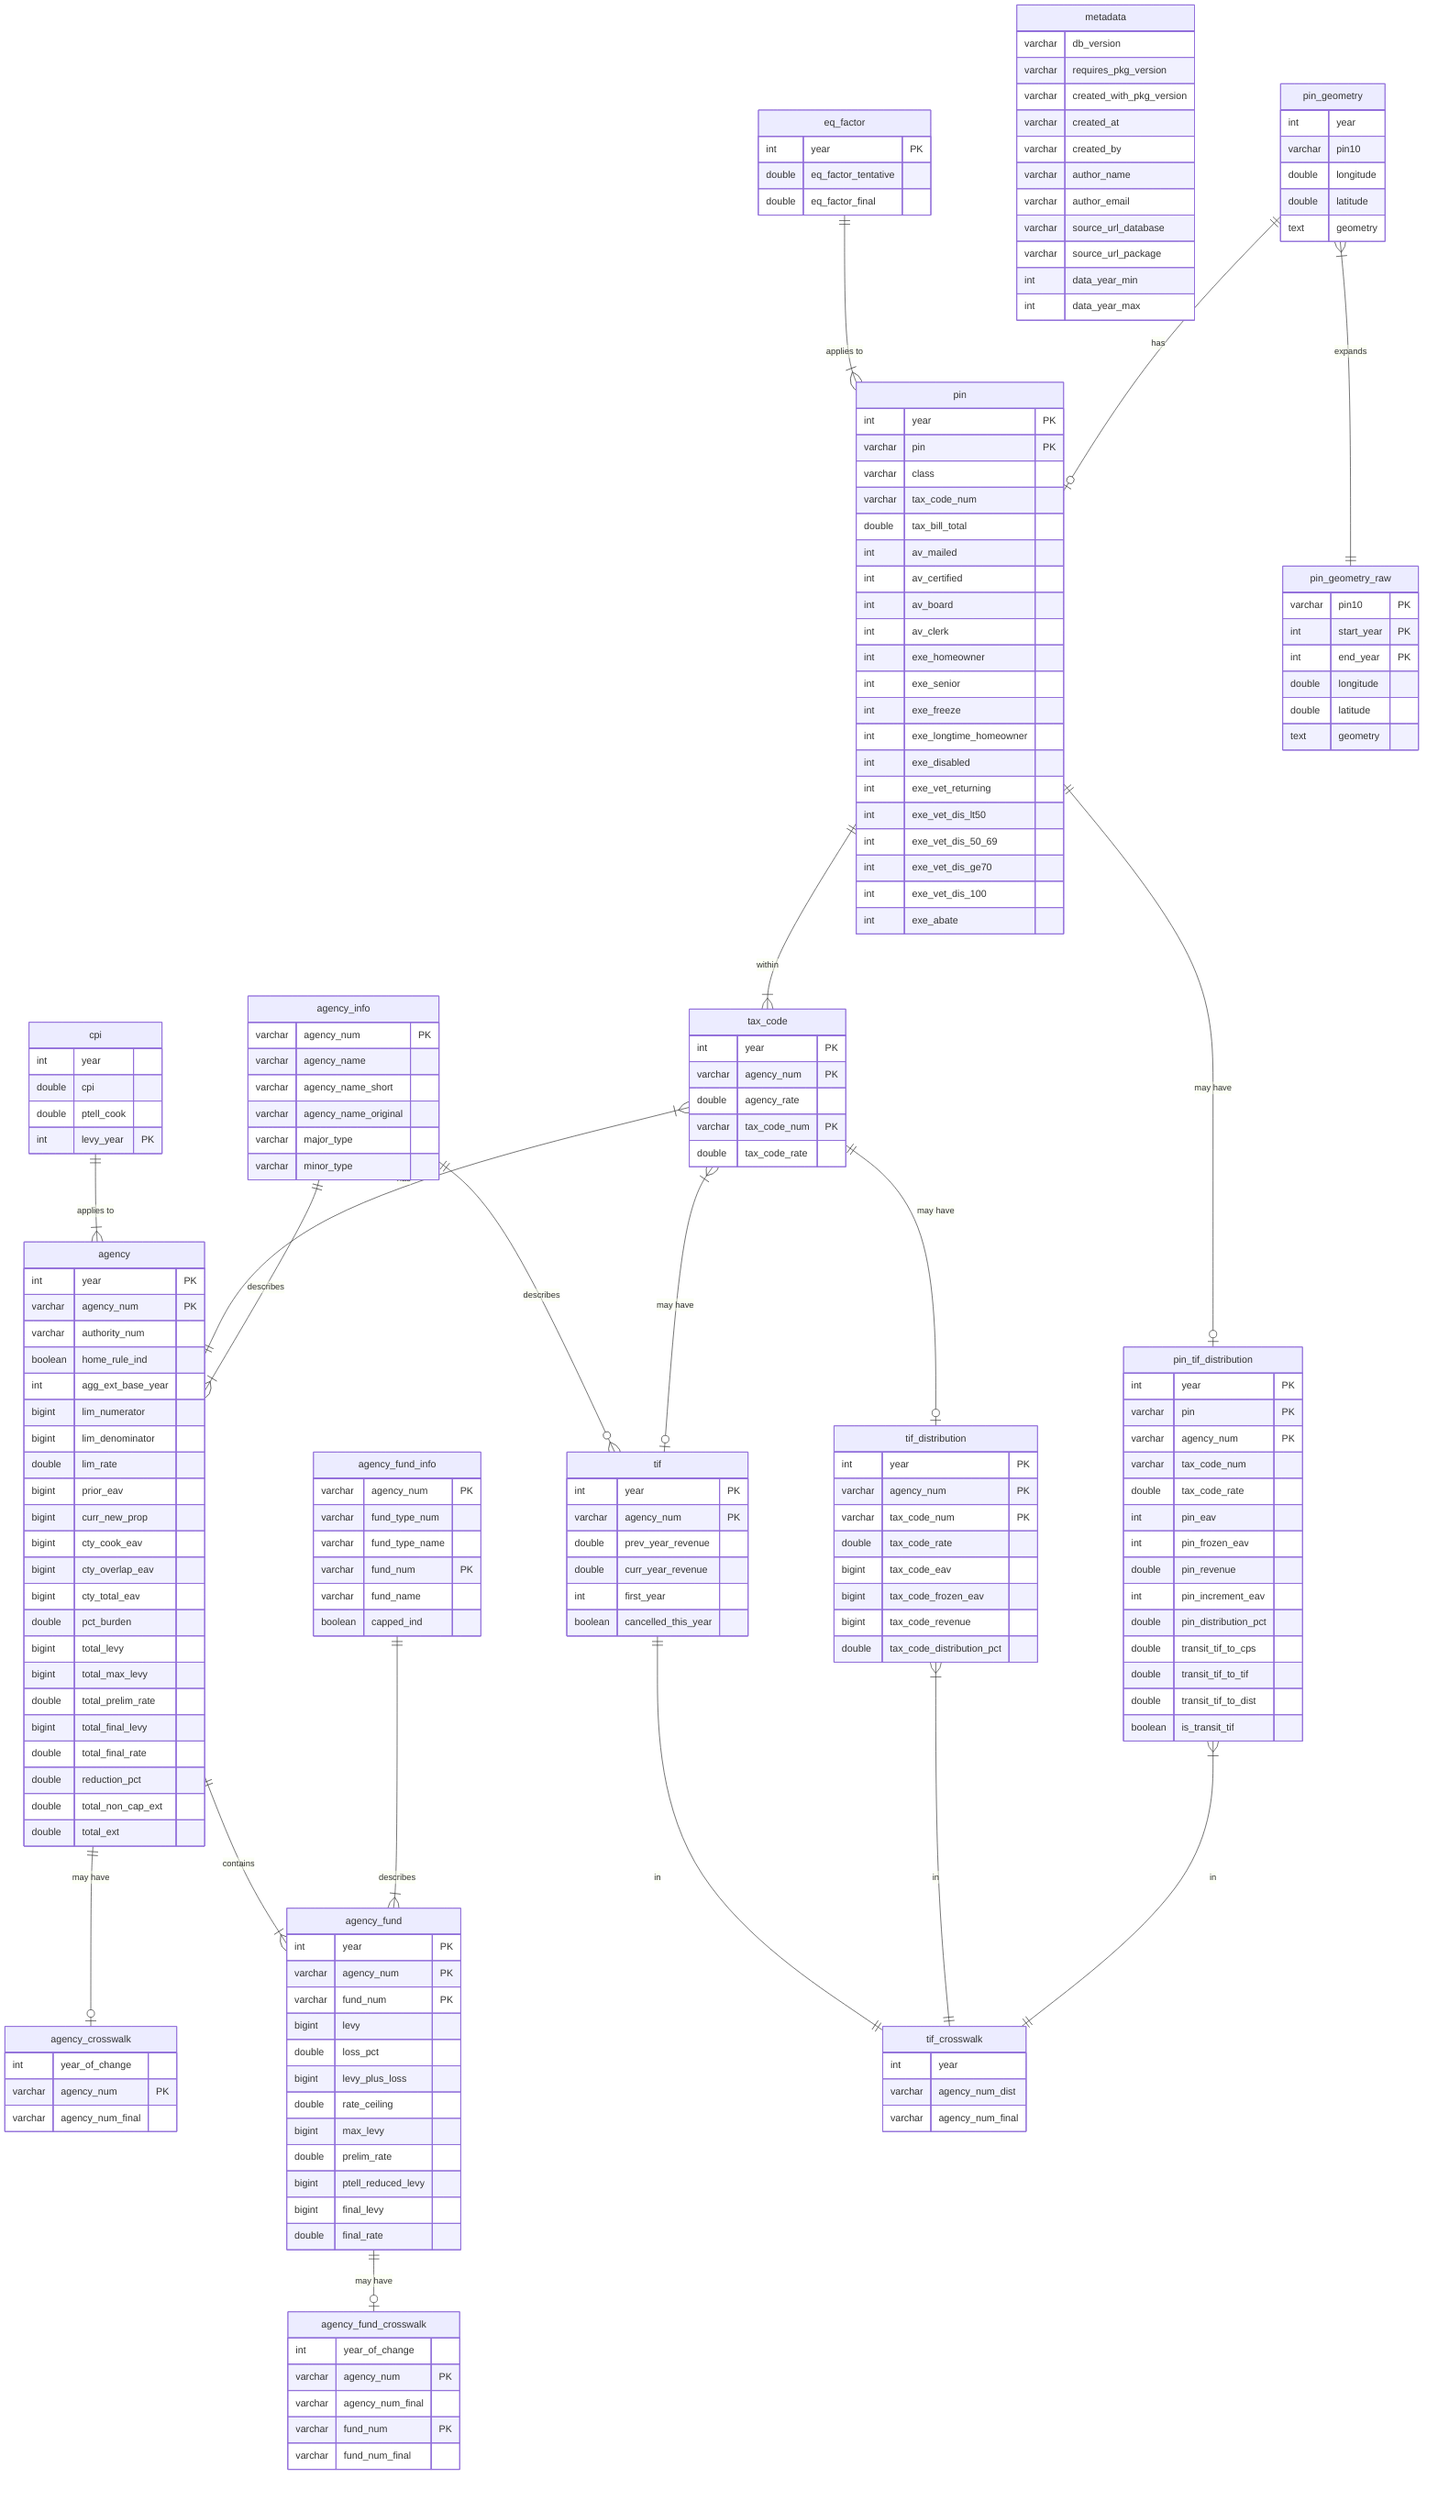
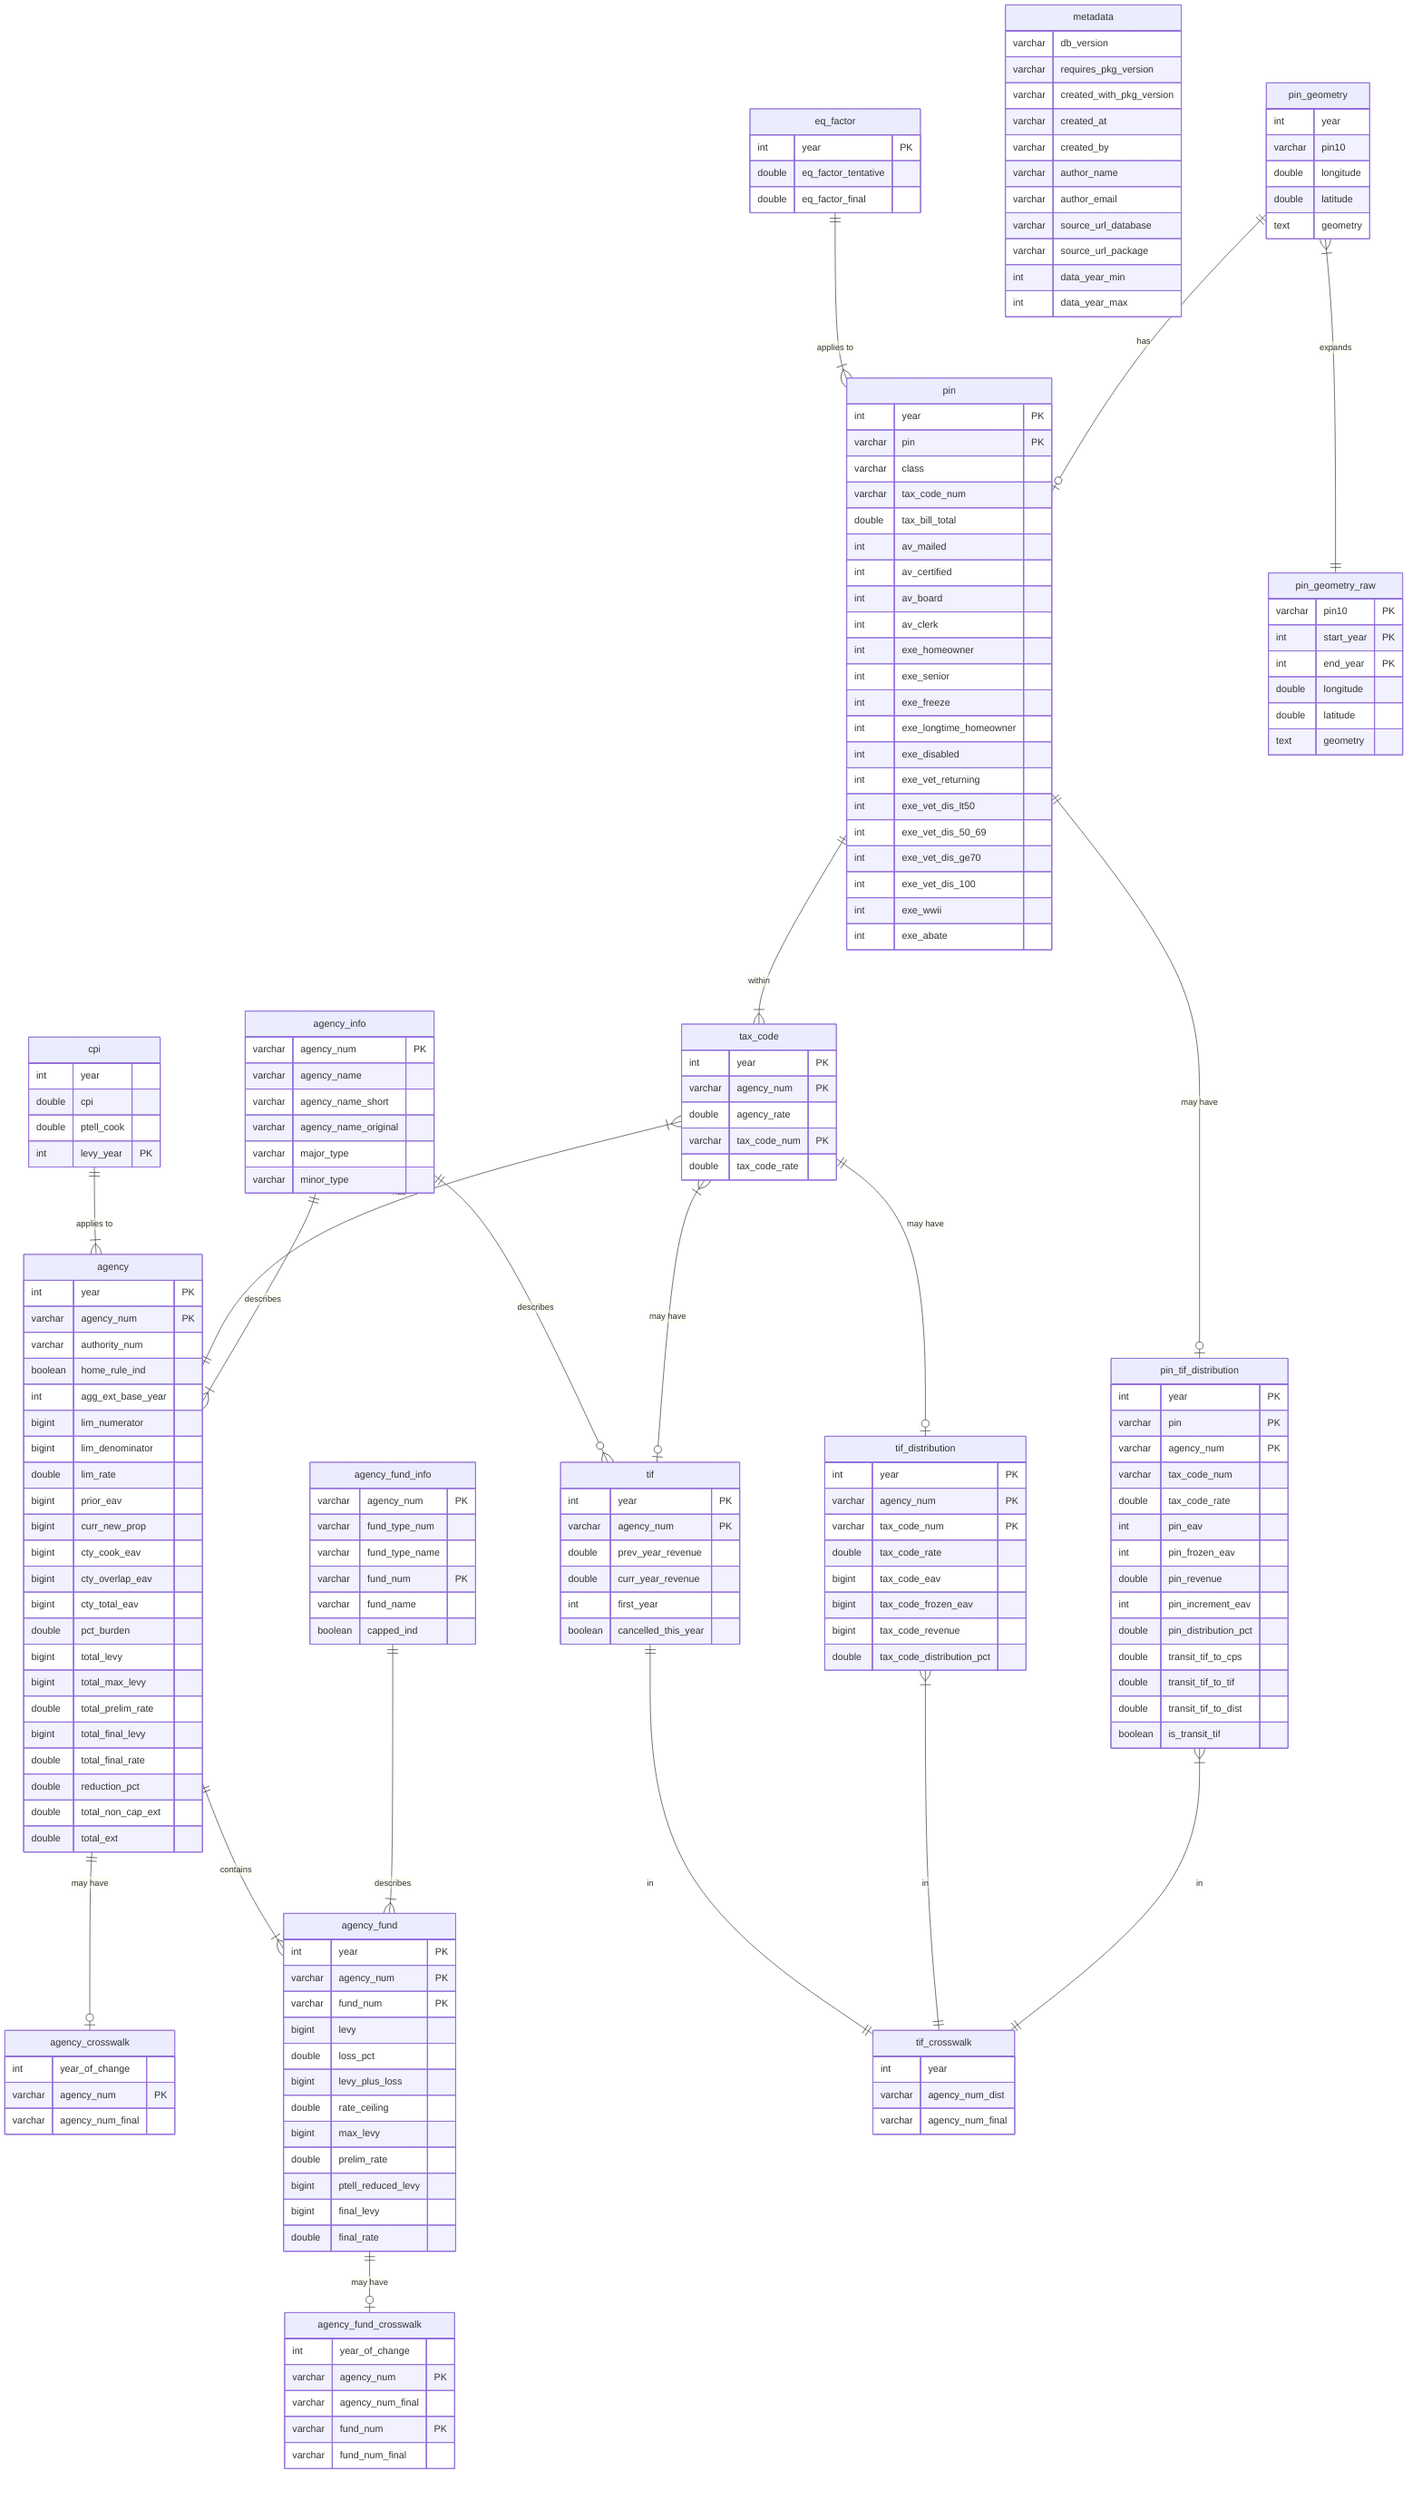
erDiagram

  agency {
    int     year              PK
    varchar agency_num        PK
    varchar authority_num
    boolean home_rule_ind
    int     agg_ext_base_year
    bigint  lim_numerator
    bigint  lim_denominator
    double  lim_rate
    bigint  prior_eav
    bigint  curr_new_prop
    bigint  cty_cook_eav
    bigint  cty_overlap_eav
    bigint  cty_total_eav
    double  pct_burden
    bigint  total_levy
    bigint  total_max_levy
    double  total_prelim_rate
    bigint  total_final_levy
    double  total_final_rate
    double  reduction_pct
    double  total_non_cap_ext
    double  total_ext
  }

  agency_info {
    varchar agency_num         PK
    varchar agency_name
    varchar agency_name_short
    varchar agency_name_original
    varchar major_type
    varchar minor_type
  }

  agency_crosswalk {
    int     year_of_change
    varchar agency_num         PK
    varchar agency_num_final
  }

  agency_fund {
    int     year               PK
    varchar agency_num         PK
    varchar fund_num           PK
    bigint  levy
    double  loss_pct
    bigint  levy_plus_loss
    double  rate_ceiling
    bigint  max_levy
    double  prelim_rate
    bigint  ptell_reduced_levy
    bigint  final_levy
    double  final_rate
  }

  agency_fund_info {
    varchar agency_num         PK
    varchar fund_type_num
    varchar fund_type_name
    varchar fund_num           PK
    varchar fund_name
    boolean capped_ind
  }

  agency_fund_crosswalk {
    int     year_of_change
    varchar agency_num         PK
    varchar agency_num_final
    varchar fund_num           PK
    varchar fund_num_final
  }

  cpi {
    int     year
    double  cpi
    double  ptell_cook
    int     levy_year          PK
  }

  eq_factor {
    int     year               PK
    double  eq_factor_tentative
    double  eq_factor_final
  }

  metadata {
    varchar db_version
    varchar requires_pkg_version
    varchar created_with_pkg_version
    varchar created_at
    varchar created_by
    varchar author_name
    varchar author_email
    varchar source_url_database
    varchar source_url_package
    int     data_year_min
    int     data_year_max
  }

  pin {
    int     year               PK
    varchar pin                PK
    varchar class
    varchar tax_code_num
    double  tax_bill_total
    int     av_mailed
    int     av_certified
    int     av_board
    int     av_clerk
    int     exe_homeowner
    int     exe_senior
    int     exe_freeze
    int     exe_longtime_homeowner
    int     exe_disabled
    int     exe_vet_returning
    int     exe_vet_dis_lt50
    int     exe_vet_dis_50_69
    int     exe_vet_dis_ge70
    int     exe_vet_dis_100
+     int     exe_wwii
    int     exe_abate
  }

  pin_geometry {
    int     year
    varchar pin10
    double  longitude
    double  latitude
    text    geometry
  }

  pin_geometry_raw {
    varchar pin10              PK
    int     start_year         PK
    int     end_year           PK
    double  longitude
    double  latitude
    text    geometry
  }

  tax_code {
    int     year               PK
    varchar agency_num         PK
    double  agency_rate
    varchar tax_code_num       PK
    double  tax_code_rate
  }

  tif {
    int     year               PK
    varchar agency_num         PK
    double  prev_year_revenue
    double  curr_year_revenue
    int     first_year
    boolean cancelled_this_year
  }

  tif_crosswalk {
    int     year
    varchar agency_num_dist
    varchar agency_num_final
  }

  tif_distribution {
    int     year               PK
    varchar agency_num         PK
    varchar tax_code_num       PK
    double  tax_code_rate
    bigint  tax_code_eav
    bigint  tax_code_frozen_eav
    bigint  tax_code_revenue
    double  tax_code_distribution_pct
  }

  pin_tif_distribution {
    int     year               PK
    varchar pin                PK
    varchar agency_num         PK
    varchar tax_code_num
    double  tax_code_rate
    int     pin_eav
    int     pin_frozen_eav
    double  pin_revenue
    int     pin_increment_eav
    double  pin_distribution_pct
    double  transit_tif_to_cps
    double  transit_tif_to_tif
    double  transit_tif_to_dist
    boolean is_transit_tif
  }

  eq_factor ||--|{ pin : "applies to"
  pin ||--|{ tax_code : "within"
  pin ||--o| pin_tif_distribution : "may have"
  cpi ||--|{ agency : "applies to"
  tax_code }|--|| agency : "has"
  tax_code ||--o| tif_distribution : "may have"
  agency ||--|{ agency_fund : "contains"
  agency ||--o| agency_crosswalk : "may have"
  agency_info ||--|{ agency : "describes"
  agency_fund ||--o| agency_fund_crosswalk : "may have"
  agency_fund_info ||--|{ agency_fund : "describes"
  tif ||--|| tif_crosswalk : "in"
  tif_distribution }|--|| tif_crosswalk : "in"
  pin_tif_distribution }|--|| tif_crosswalk : "in"
  agency_info ||--o{ tif: "describes"
  tax_code }|--o| tif : "may have"
  pin_geometry ||--o| pin : "has"
  pin_geometry }|--|| pin_geometry_raw : "expands"
